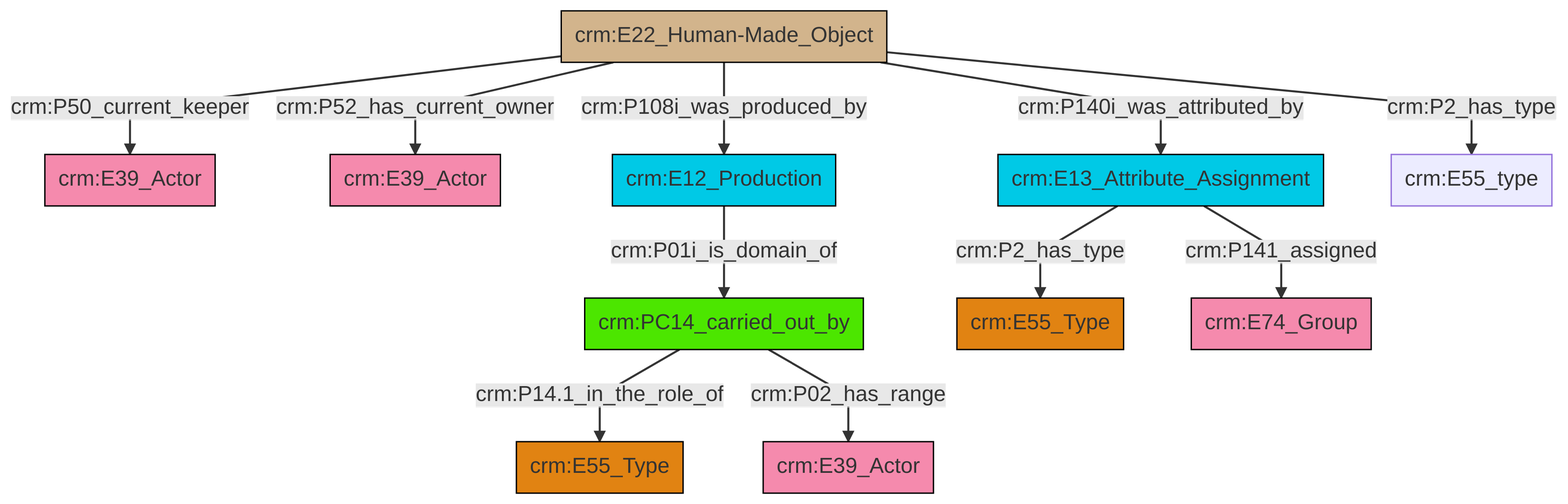
Earlier version of the Mermaid export et/artworkCSV/ttl/mmd/png/Artwork_Actor_Relations.png (swiss-art-research-net/docs.swissartresearch). Its source is kept beside it as et/artworkCSV/ttl/mmd/Artwork_Actor_Relations.ttl.mmd.
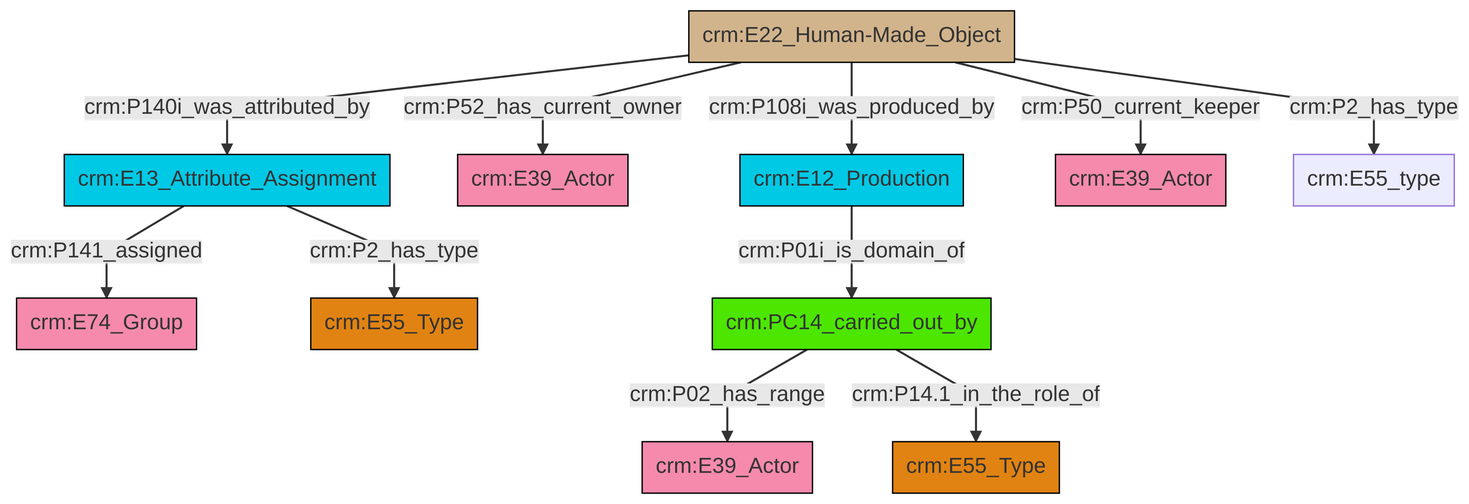
Above is the later version.

Change to the diagram source:
```diff
@@ -13,13 +13,13 @@
 classDef PC_Classes fill:#4ce600, stroke:#000000;
 classDef Multi fill:#cccccc,stroke:#000000;
 
-4["crm:E22_Human-Made_Object"]:::Physical_Thing -->|crm:P50_current_keeper| 2["crm:E39_Actor"]:::Actor
-5["crm:E13_Attribute_Assignment"]:::Temporal_Entity -->|crm:P2_has_type| 6["crm:E55_Type"]:::Type
+0["crm:E13_Attribute_Assignment"]:::Temporal_Entity -->|crm:P141_assigned| 1["crm:E74_Group"]:::Actor
+4["crm:E22_Human-Made_Object"]:::Physical_Thing -->|crm:P140i_was_attributed_by| 0["crm:E13_Attribute_Assignment"]:::Temporal_Entity
 4["crm:E22_Human-Made_Object"]:::Physical_Thing -->|crm:P52_has_current_owner| 7["crm:E39_Actor"]:::Actor
-9["crm:E12_Production"]:::Temporal_Entity -->|crm:P01i_is_domain_of| 10["crm:PC14_carried_out_by"]:::PC_Classes
-10["crm:PC14_carried_out_by"]:::PC_Classes -->|crm:P14.1_in_the_role_of| 11["crm:E55_Type"]:::Type
-4["crm:E22_Human-Made_Object"]:::Physical_Thing -->|crm:P108i_was_produced_by| 9["crm:E12_Production"]:::Temporal_Entity
-4["crm:E22_Human-Made_Object"]:::Physical_Thing -->|crm:P140i_was_attributed_by| 5["crm:E13_Attribute_Assignment"]:::Temporal_Entity
-4["crm:E22_Human-Made_Object"]:::Physical_Thing -->|crm:P2_has_type| 0["crm:E55_type"]:::Default
-5["crm:E13_Attribute_Assignment"]:::Temporal_Entity -->|crm:P141_assigned| 14["crm:E74_Group"]:::Actor
-10["crm:PC14_carried_out_by"]:::PC_Classes -->|crm:P02_has_range| 18["crm:E39_Actor"]:::Actor
+8["crm:PC14_carried_out_by"]:::PC_Classes -->|crm:P02_has_range| 10["crm:E39_Actor"]:::Actor
+11["crm:E12_Production"]:::Temporal_Entity -->|crm:P01i_is_domain_of| 8["crm:PC14_carried_out_by"]:::PC_Classes
+8["crm:PC14_carried_out_by"]:::PC_Classes -->|crm:P14.1_in_the_role_of| 2["crm:E55_Type"]:::Type
+4["crm:E22_Human-Made_Object"]:::Physical_Thing -->|crm:P108i_was_produced_by| 11["crm:E12_Production"]:::Temporal_Entity
+4["crm:E22_Human-Made_Object"]:::Physical_Thing -->|crm:P2_has_type| 18["crm:E55_type"]:::Default
+0["crm:E13_Attribute_Assignment"]:::Temporal_Entity -->|crm:P2_has_type| 5["crm:E55_Type"]:::Type
+4["crm:E22_Human-Made_Object"]:::Physical_Thing -->|crm:P50_current_keeper| 12["crm:E39_Actor"]:::Actor
```
